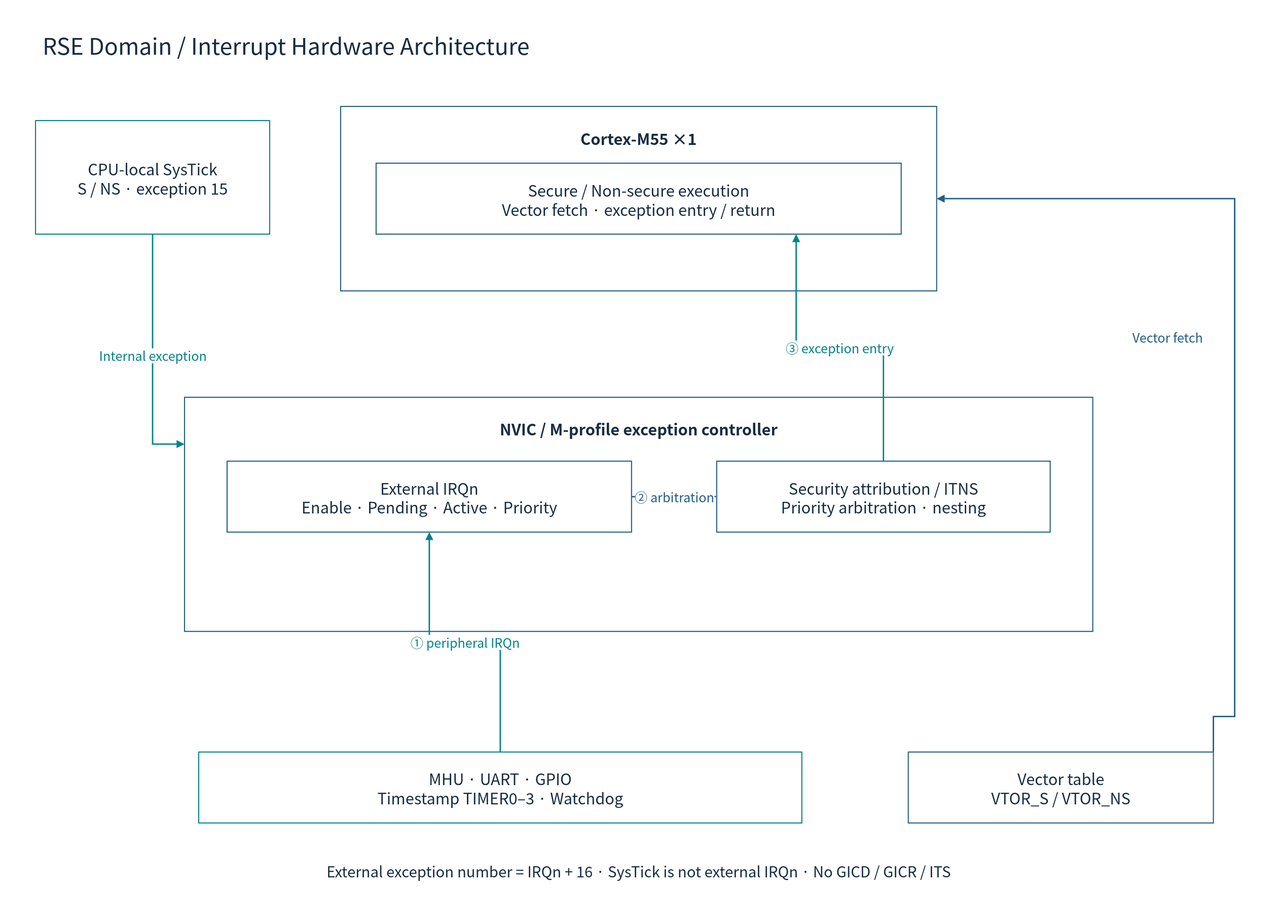
Before: doc/phase1/interrupt/diagrams/01d-rse-hardware.drawio.svg, a diagram exported from draw.io (cometzero/project-apollo). Source tidied: cells renumbered, new cells last; positions are measured from the earlier drawing's top-left corner, leaving out a move shared by most shapes.
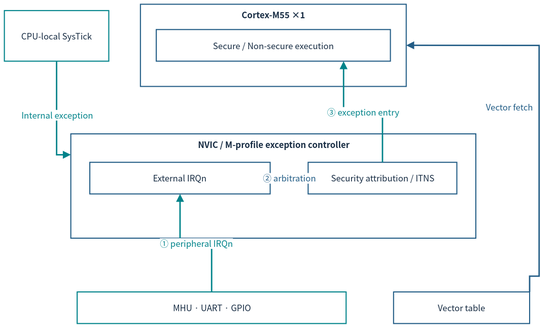
Later version of the same file.

The edit, as a diff of the source:
```diff
@@ -2,59 +2,50 @@
   <root>
     <mxCell id="0" />
     <mxCell id="1" parent="0" />
-    <mxCell id="2" style="rounded=0;whiteSpace=wrap;html=1;fillColor=#FFFFFF;strokeColor=none;strokeWidth=1.5;fontColor=#172C43;fontFamily=Noto Sans CJK KR;fontSize=22;spacing=10;" parent="1" vertex="1">
-      <mxGeometry width="1800" height="1300" as="geometry" />
-    </mxCell>
-    <mxCell id="3" value="RSE Domain / Interrupt Hardware Architecture" style="rounded=0;whiteSpace=wrap;html=1;fillColor=#FFFFFF;strokeColor=none;strokeWidth=1.5;fontColor=#172C43;fontFamily=Noto Sans CJK KR;fontSize=22;spacing=10;fontSize=32;align=left;" parent="1" vertex="1">
-      <mxGeometry x="50" y="30" width="1700" height="65" as="geometry" />
-    </mxCell>
-    <mxCell id="4" value="Cortex-M55 ×1" style="rounded=0;whiteSpace=wrap;html=1;fillColor=#FFFFFF;strokeColor=#235D86;strokeWidth=1.5;fontColor=#172C43;fontFamily=Noto Sans CJK KR;fontSize=22;spacing=10;verticalAlign=top;fontStyle=1;spacingTop=16;" parent="1" vertex="1">
-      <mxGeometry x="480" y="150" width="840" height="260" as="geometry" />
+    <mxCell id="4" value="Cortex-M55 ×1" style="rounded=0;whiteSpace=wrap;html=1;fillColor=#FFFFFF;strokeColor=#235D86;strokeWidth=1.5;fontColor=#172C43;fontFamily=Noto Sans CJK KR;verticalAlign=top;fontStyle=1;fontSize=12;spacing=3;whiteSpace=wrap;" parent="1" vertex="1">
+      <mxGeometry x="203.7" y="12" width="374.5" height="115.9" as="geometry" />
     </mxCell>
-    <mxCell id="5" value="Secure / Non-secure execution&#10;Vector fetch · exception entry / return" style="rounded=0;whiteSpace=wrap;html=1;fillColor=#FFFFFF;strokeColor=#235D86;strokeWidth=1.5;fontColor=#172C43;fontFamily=Noto Sans CJK KR;fontSize=22;spacing=10;" parent="1" vertex="1">
-      <mxGeometry x="530" y="230" width="740" height="100" as="geometry" />
+    <mxCell id="5" value="Secure / Non-secure execution" style="rounded=0;whiteSpace=wrap;html=1;fillColor=#FFFFFF;strokeColor=#235D86;strokeWidth=1.5;fontColor=#172C43;fontFamily=Noto Sans CJK KR;fontSize=12;spacing=3;whiteSpace=wrap;" parent="1" vertex="1">
+      <mxGeometry x="226" y="47.7" width="329.9" height="44.6" as="geometry" />
     </mxCell>
-    <mxCell id="6" value="NVIC / M-profile exception controller" style="rounded=0;whiteSpace=wrap;html=1;fillColor=#FFFFFF;strokeColor=#235D86;strokeWidth=1.5;fontColor=#172C43;fontFamily=Noto Sans CJK KR;fontSize=22;spacing=10;verticalAlign=top;fontStyle=1;spacingTop=16;" parent="1" vertex="1">
-      <mxGeometry x="260" y="560" width="1280" height="330" as="geometry" />
+    <mxCell id="6" value="NVIC / M-profile exception controller" style="rounded=0;whiteSpace=wrap;html=1;fillColor=#FFFFFF;strokeColor=#235D86;strokeWidth=1.5;fontColor=#172C43;fontFamily=Noto Sans CJK KR;verticalAlign=top;fontStyle=1;fontSize=12;spacing=3;whiteSpace=wrap;" parent="1" vertex="1">
+      <mxGeometry x="105.6" y="194.8" width="570.6" height="147.1" as="geometry" />
     </mxCell>
-    <mxCell id="7" value="External IRQn&#10;Enable · Pending · Active · Priority" style="rounded=0;whiteSpace=wrap;html=1;fillColor=#FFFFFF;strokeColor=#235D86;strokeWidth=1.5;fontColor=#172C43;fontFamily=Noto Sans CJK KR;fontSize=22;spacing=10;" parent="1" vertex="1">
-      <mxGeometry x="320" y="650" width="570" height="100" as="geometry" />
+    <mxCell id="7" value="External IRQn" style="rounded=0;whiteSpace=wrap;html=1;fillColor=#FFFFFF;strokeColor=#235D86;strokeWidth=1.5;fontColor=#172C43;fontFamily=Noto Sans CJK KR;fontSize=12;spacing=3;whiteSpace=wrap;" parent="1" vertex="1">
+      <mxGeometry x="132.4" y="234.9" width="254.1" height="44.6" as="geometry" />
     </mxCell>
-    <mxCell id="8" value="Security attribution / ITNS&#10;Priority arbitration · nesting" style="rounded=0;whiteSpace=wrap;html=1;fillColor=#FFFFFF;strokeColor=#235D86;strokeWidth=1.5;fontColor=#172C43;fontFamily=Noto Sans CJK KR;fontSize=22;spacing=10;" parent="1" vertex="1">
-      <mxGeometry x="1010" y="650" width="470" height="100" as="geometry" />
+    <mxCell id="8" value="Security attribution / ITNS" style="rounded=0;whiteSpace=wrap;html=1;fillColor=#FFFFFF;strokeColor=#235D86;strokeWidth=1.5;fontColor=#172C43;fontFamily=Noto Sans CJK KR;fontSize=12;spacing=3;whiteSpace=wrap;" parent="1" vertex="1">
+      <mxGeometry x="439.9" y="234.9" width="209.5" height="44.6" as="geometry" />
     </mxCell>
-    <mxCell id="9" value="② arbitration" style="edgeStyle=orthogonalEdgeStyle;rounded=0;html=1;endArrow=block;endFill=1;strokeWidth=2;strokeColor=#235D86;fontColor=#235D86;fontFamily=Noto Sans CJK KR;fontSize=18;labelBackgroundColor=#FFFFFF;" parent="1" edge="1" source="7" target="8">
+    <mxCell id="9" value="② arbitration" style="edgeStyle=orthogonalEdgeStyle;rounded=0;html=1;endArrow=block;endFill=1;strokeWidth=2;strokeColor=#235D86;fontColor=#235D86;fontFamily=Noto Sans CJK KR;labelBackgroundColor=#FFFFFF;fontSize=12;spacing=3;whiteSpace=nowrap;" parent="1" edge="1" source="7" target="8">
       <mxGeometry relative="1" as="geometry" />
     </mxCell>
-    <mxCell id="10" value="③ exception entry" style="edgeStyle=orthogonalEdgeStyle;rounded=0;html=1;endArrow=block;endFill=1;strokeWidth=2;strokeColor=#00838A;fontColor=#00838A;fontFamily=Noto Sans CJK KR;fontSize=18;labelBackgroundColor=#FFFFFF;exitX=0.5;exitY=0;entryX=0.8;entryY=1;" parent="1" edge="1" source="8" target="5">
+    <mxCell id="10" value="③ exception entry" style="edgeStyle=orthogonalEdgeStyle;rounded=0;html=1;endArrow=block;endFill=1;strokeWidth=2;strokeColor=#00838A;fontColor=#00838A;fontFamily=Noto Sans CJK KR;labelBackgroundColor=#FFFFFF;exitX=0.5;exitY=0;entryX=0.8;entryY=1;fontSize=12;spacing=3;whiteSpace=nowrap;" parent="1" edge="1" source="8" target="5">
       <mxGeometry relative="1" as="geometry" />
     </mxCell>
-    <mxCell id="11" value="CPU-local SysTick&#10;S / NS · exception 15" style="rounded=0;whiteSpace=wrap;html=1;fillColor=#FFFFFF;strokeColor=#00838A;strokeWidth=1.5;fontColor=#172C43;fontFamily=Noto Sans CJK KR;fontSize=22;spacing=10;" parent="1" vertex="1">
-      <mxGeometry x="50" y="170" width="330" height="160" as="geometry" />
+    <mxCell id="11" value="CPU-local SysTick" style="rounded=0;whiteSpace=wrap;html=1;fillColor=#FFFFFF;strokeColor=#00838A;strokeWidth=1.5;fontColor=#172C43;fontFamily=Noto Sans CJK KR;fontSize=12;spacing=3;whiteSpace=wrap;" parent="1" vertex="1">
+      <mxGeometry x="12" y="20.9" width="147.1" height="71.3" as="geometry" />
     </mxCell>
-    <mxCell id="12" value="Internal exception" style="edgeStyle=orthogonalEdgeStyle;rounded=0;html=1;endArrow=block;endFill=1;strokeWidth=2;strokeColor=#00838A;fontColor=#00838A;fontFamily=Noto Sans CJK KR;fontSize=18;labelBackgroundColor=#FFFFFF;exitX=0.5;exitY=1;entryX=0;entryY=0.2;" parent="1" edge="1" source="11" target="6">
+    <mxCell id="12" value="Internal exception" style="edgeStyle=orthogonalEdgeStyle;rounded=0;html=1;endArrow=block;endFill=1;strokeWidth=2;strokeColor=#00838A;fontColor=#00838A;fontFamily=Noto Sans CJK KR;labelBackgroundColor=#FFFFFF;exitX=0.5;exitY=1;entryX=0;entryY=0.2;fontSize=12;spacing=3;whiteSpace=nowrap;" parent="1" edge="1" source="11" target="6">
       <mxGeometry relative="1" as="geometry" />
     </mxCell>
-    <mxCell id="13" value="MHU · UART · GPIO&#10;Timestamp TIMER0–3 · Watchdog" style="rounded=0;whiteSpace=wrap;html=1;fillColor=#FFFFFF;strokeColor=#00838A;strokeWidth=1.5;fontColor=#172C43;fontFamily=Noto Sans CJK KR;fontSize=22;spacing=10;" parent="1" vertex="1">
-      <mxGeometry x="280" y="1060" width="850" height="100" as="geometry" />
+    <mxCell id="13" value="MHU · UART · GPIO" style="rounded=0;whiteSpace=wrap;html=1;fillColor=#FFFFFF;strokeColor=#00838A;strokeWidth=1.5;fontColor=#172C43;fontFamily=Noto Sans CJK KR;fontSize=12;spacing=3;whiteSpace=wrap;" parent="1" vertex="1">
+      <mxGeometry x="114.5" y="417.7" width="378.9" height="44.6" as="geometry" />
     </mxCell>
-    <mxCell id="14" value="Vector table&#10;VTOR_S / VTOR_NS" style="rounded=0;whiteSpace=wrap;html=1;fillColor=#FFFFFF;strokeColor=#235D86;strokeWidth=1.5;fontColor=#172C43;fontFamily=Noto Sans CJK KR;fontSize=22;spacing=10;" parent="1" vertex="1">
-      <mxGeometry x="1280" y="1060" width="430" height="100" as="geometry" />
+    <mxCell id="14" value="Vector table" style="rounded=0;whiteSpace=wrap;html=1;fillColor=#FFFFFF;strokeColor=#235D86;strokeWidth=1.5;fontColor=#172C43;fontFamily=Noto Sans CJK KR;fontSize=12;spacing=3;whiteSpace=wrap;" parent="1" vertex="1">
+      <mxGeometry x="560.3" y="417.7" width="191.7" height="44.6" as="geometry" />
     </mxCell>
-    <mxCell id="15" value="① peripheral IRQn" style="edgeStyle=orthogonalEdgeStyle;rounded=0;html=1;endArrow=block;endFill=1;strokeWidth=2;strokeColor=#00838A;fontColor=#00838A;fontFamily=Noto Sans CJK KR;fontSize=18;labelBackgroundColor=#FFFFFF;" parent="1" edge="1" source="13" target="7">
+    <mxCell id="15" value="① peripheral IRQn" style="edgeStyle=orthogonalEdgeStyle;rounded=0;html=1;endArrow=block;endFill=1;strokeWidth=2;strokeColor=#00838A;fontColor=#00838A;fontFamily=Noto Sans CJK KR;labelBackgroundColor=#FFFFFF;fontSize=12;spacing=3;whiteSpace=nowrap;" parent="1" edge="1" source="13" target="7">
       <mxGeometry relative="1" as="geometry" />
     </mxCell>
-    <mxCell id="16" value="Vector fetch" style="edgeStyle=orthogonalEdgeStyle;rounded=0;html=1;endArrow=block;endFill=1;strokeWidth=2;strokeColor=#235D86;fontColor=#235D86;fontFamily=Noto Sans CJK KR;fontSize=18;labelBackgroundColor=#FFFFFF;exitX=1;exitY=0;entryX=1;entryY=0.5;" parent="1" edge="1" source="14" target="4">
+    <mxCell id="16" value="Vector fetch" style="edgeStyle=orthogonalEdgeStyle;rounded=0;html=1;endArrow=block;endFill=1;strokeWidth=2;strokeColor=#235D86;fontColor=#235D86;fontFamily=Noto Sans CJK KR;labelBackgroundColor=#FFFFFF;exitX=1;exitY=0;entryX=1;entryY=0.5;fontSize=12;spacing=3;whiteSpace=nowrap;" parent="1" edge="1" source="14" target="4">
       <mxGeometry relative="1" as="geometry">
         <Array as="points">
-          <mxPoint x="1740" y="1010" />
-          <mxPoint x="1740" y="280" />
+          <mxPoint x="765.4" y="395.4" />
+          <mxPoint x="765.4" y="70" />
         </Array>
-        <mxPoint x="-95" as="offset" />
+        <mxPoint x="-42.4" as="offset" />
       </mxGeometry>
     </mxCell>
-    <mxCell id="17" value="External exception number = IRQn + 16 · SysTick is not external IRQn · No GICD / GICR / ITS" style="rounded=0;whiteSpace=wrap;html=1;fillColor=#FFFFFF;strokeColor=none;strokeWidth=1.5;fontColor=#172C43;fontFamily=Noto Sans CJK KR;fontSize=22;spacing=10;fontSize=21;" parent="1" vertex="1">
-      <mxGeometry x="70" y="1200" width="1660" height="55" as="geometry" />
-    </mxCell>
   </root>
 </mxGraphModel>
```
